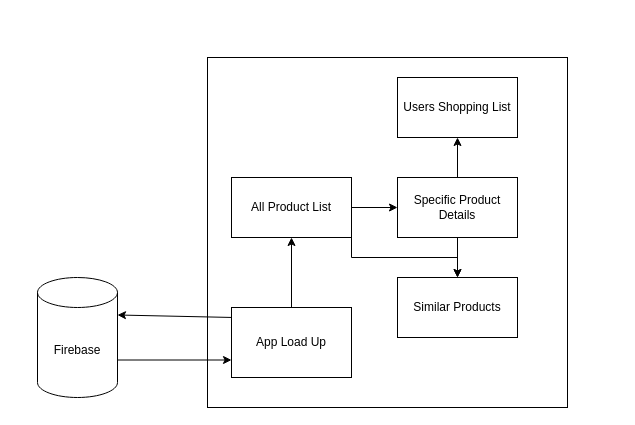
Before: iOSInteraction.drawio in KyeBarker02/Eat_With_Ease, a draw.io diagram. Source tidied: cells renumbered, new cells numbered last; positions are measured from the earlier drawing's top-left corner, leaving out a move shared by most shapes. Both pictures are drawn from the tidied source at 100%, with x=0, y=0 at pixel (37, 57).
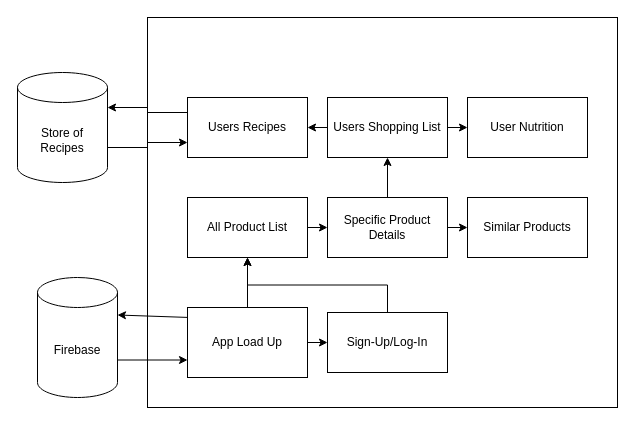
The same diagram, later.

The edit, as a diff of the source:
```diff
@@
     <mxCell id="2" style="rounded=0;whiteSpace=wrap;html=1;" parent="1" vertex="1">
-      <mxGeometry x="170" width="360" height="350" as="geometry" />
+      <mxGeometry x="110" y="-40" width="470" height="390" as="geometry" />
     </mxCell>
@@
+    <mxCell id="16" style="edgeStyle=orthogonalEdgeStyle;rounded=0;jettySize=auto;html=1;exitX=1;exitY=0.5;exitDx=0;exitDy=0;entryX=0;entryY=0.5;entryDx=0;entryDy=0;" parent="1" edge="1" source="7" target="20">
+      <mxGeometry relative="1" as="geometry" />
+    </mxCell>
     <mxCell id="7" value="App Load Up" style="rounded=0;whiteSpace=wrap;html=1;" parent="1" vertex="1">
-      <mxGeometry x="194" y="250" width="120" height="70" as="geometry" />
+      <mxGeometry x="150" y="250" width="120" height="70" as="geometry" />
     </mxCell>
@@
-    <mxCell id="9" style="edgeStyle=orthogonalEdgeStyle;rounded=0;jettySize=auto;html=1;exitX=1;exitY=1;exitDx=0;exitDy=0;entryX=0.5;entryY=0;entryDx=0;entryDy=0;" parent="1" edge="1" source="10" target="14">
-      <mxGeometry relative="1" as="geometry" />
-    </mxCell>
     <mxCell id="10" value="All Product List" style="rounded=0;whiteSpace=wrap;html=1;" parent="1" vertex="1">
-      <mxGeometry x="194" y="120" width="120" height="60" as="geometry" />
+      <mxGeometry x="150" y="140" width="120" height="60" as="geometry" />
     </mxCell>
-    <mxCell id="11" style="edgeStyle=orthogonalEdgeStyle;rounded=0;jettySize=auto;html=1;exitX=0.5;exitY=1;exitDx=0;exitDy=0;entryX=0.5;entryY=0;entryDx=0;entryDy=0;" parent="1" edge="1" source="13" target="14">
+    <mxCell id="11" style="edgeStyle=orthogonalEdgeStyle;rounded=0;jettySize=auto;html=1;exitX=1;exitY=0.5;exitDx=0;exitDy=0;entryX=0;entryY=0.5;entryDx=0;entryDy=0;" parent="1" edge="1" source="13" target="14">
       <mxGeometry relative="1" as="geometry" />
     </mxCell>
-    <mxCell id="12" style="edgeStyle=orthogonalEdgeStyle;rounded=0;jettySize=auto;html=1;exitX=0.5;exitY=0;exitDx=0;exitDy=0;entryX=0.5;entryY=1;entryDx=0;entryDy=0;" parent="1" edge="1" source="13" target="15">
+    <mxCell id="12" style="edgeStyle=orthogonalEdgeStyle;rounded=0;jettySize=auto;html=1;exitX=0.5;exitY=0;exitDx=0;exitDy=0;" parent="1" edge="1" source="13" target="15">
       <mxGeometry relative="1" as="geometry" />
     </mxCell>
     <mxCell id="13" value="Specific Product Details" style="rounded=0;whiteSpace=wrap;html=1;" parent="1" vertex="1">
-      <mxGeometry x="360" y="120" width="120" height="60" as="geometry" />
+      <mxGeometry x="290" y="140" width="120" height="60" as="geometry" />
     </mxCell>
     <mxCell id="14" value="Similar Products" style="rounded=0;whiteSpace=wrap;html=1;" parent="1" vertex="1">
-      <mxGeometry x="360" y="220" width="120" height="60" as="geometry" />
+      <mxGeometry x="430" y="140" width="120" height="60" as="geometry" />
     </mxCell>
+    <mxCell id="17" style="edgeStyle=orthogonalEdgeStyle;rounded=0;jettySize=auto;html=1;exitX=0;exitY=0.5;exitDx=0;exitDy=0;entryX=1;entryY=0.5;entryDx=0;entryDy=0;" parent="1" edge="1" source="15" target="21">
+      <mxGeometry relative="1" as="geometry" />
+    </mxCell>
+    <mxCell id="18" style="edgeStyle=orthogonalEdgeStyle;rounded=0;jettySize=auto;html=1;exitX=1;exitY=0.5;exitDx=0;exitDy=0;entryX=0;entryY=0.5;entryDx=0;entryDy=0;" parent="1" edge="1" source="15" target="22">
+      <mxGeometry relative="1" as="geometry" />
+    </mxCell>
     <mxCell id="15" value="Users Shopping List" style="rounded=0;whiteSpace=wrap;html=1;" parent="1" vertex="1">
-      <mxGeometry x="360" y="20" width="120" height="60" as="geometry" />
+      <mxGeometry x="290" y="40" width="120" height="60" as="geometry" />
     </mxCell>
+    <mxCell id="19" style="edgeStyle=orthogonalEdgeStyle;rounded=0;jettySize=auto;html=1;exitX=0.5;exitY=0;exitDx=0;exitDy=0;entryX=0.5;entryY=1;entryDx=0;entryDy=0;" parent="1" edge="1" source="20" target="10">
+      <mxGeometry relative="1" as="geometry" />
+    </mxCell>
+    <mxCell id="20" value="Sign-Up/Log-In" style="rounded=0;whiteSpace=wrap;html=1;" parent="1" vertex="1">
+      <mxGeometry x="290" y="255" width="120" height="60" as="geometry" />
+    </mxCell>
+    <mxCell id="21" value="Users Recipes" style="rounded=0;whiteSpace=wrap;html=1;" parent="1" vertex="1">
+      <mxGeometry x="150" y="40" width="120" height="60" as="geometry" />
+    </mxCell>
+    <mxCell id="22" value="User Nutrition" style="rounded=0;whiteSpace=wrap;html=1;" parent="1" vertex="1">
+      <mxGeometry x="430" y="40" width="120" height="60" as="geometry" />
+    </mxCell>
+    <mxCell id="23" style="edgeStyle=orthogonalEdgeStyle;rounded=0;jettySize=auto;html=1;exitX=1;exitY=0;exitDx=0;exitDy=75;exitPerimeter=0;entryX=0;entryY=0.75;entryDx=0;entryDy=0;" parent="1" edge="1" source="24" target="21">
+      <mxGeometry relative="1" as="geometry" />
+    </mxCell>
+    <mxCell id="24" value="Store of Recipes" style="shape=cylinder3;whiteSpace=wrap;html=1;boundedLbl=1;backgroundOutline=1;size=15;" parent="1" vertex="1">
+      <mxGeometry x="-20" y="15" width="90" height="110" as="geometry" />
+    </mxCell>
+    <mxCell id="25" style="edgeStyle=orthogonalEdgeStyle;rounded=0;jettySize=auto;html=1;exitX=0;exitY=0.25;exitDx=0;exitDy=0;entryX=1;entryY=0;entryDx=0;entryDy=35;entryPerimeter=0;" parent="1" edge="1" source="21" target="24">
+      <mxGeometry relative="1" as="geometry" />
+    </mxCell>
```
